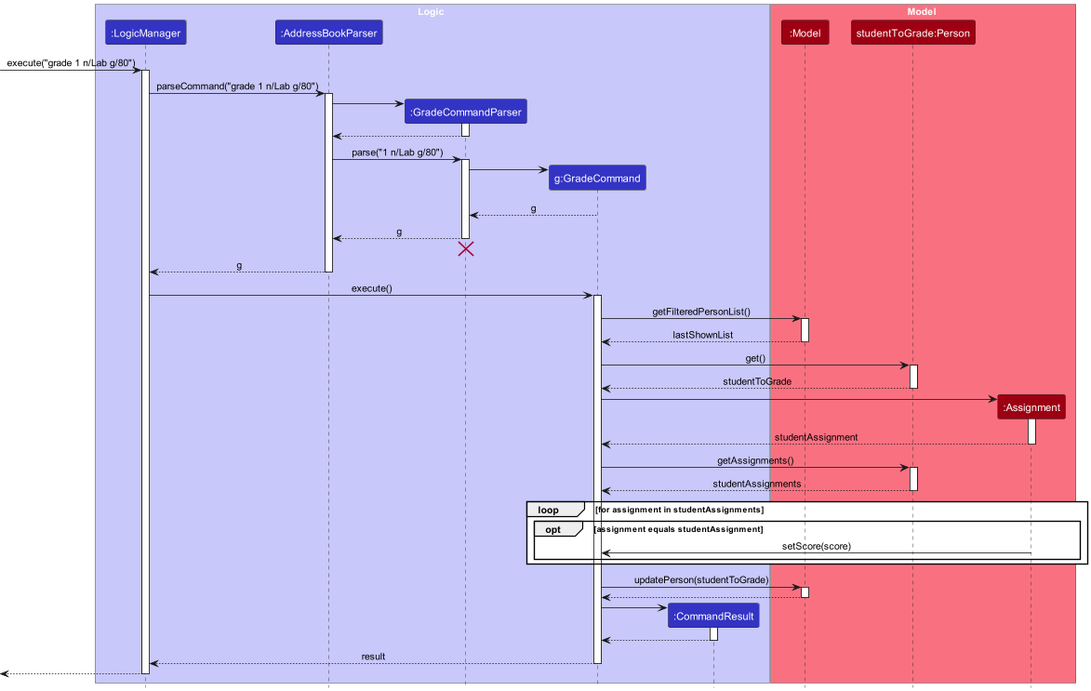
Above: docs/images/GradeSequenceDiagram.png in proto-aiken-13/tp (PlantUML), before the change.
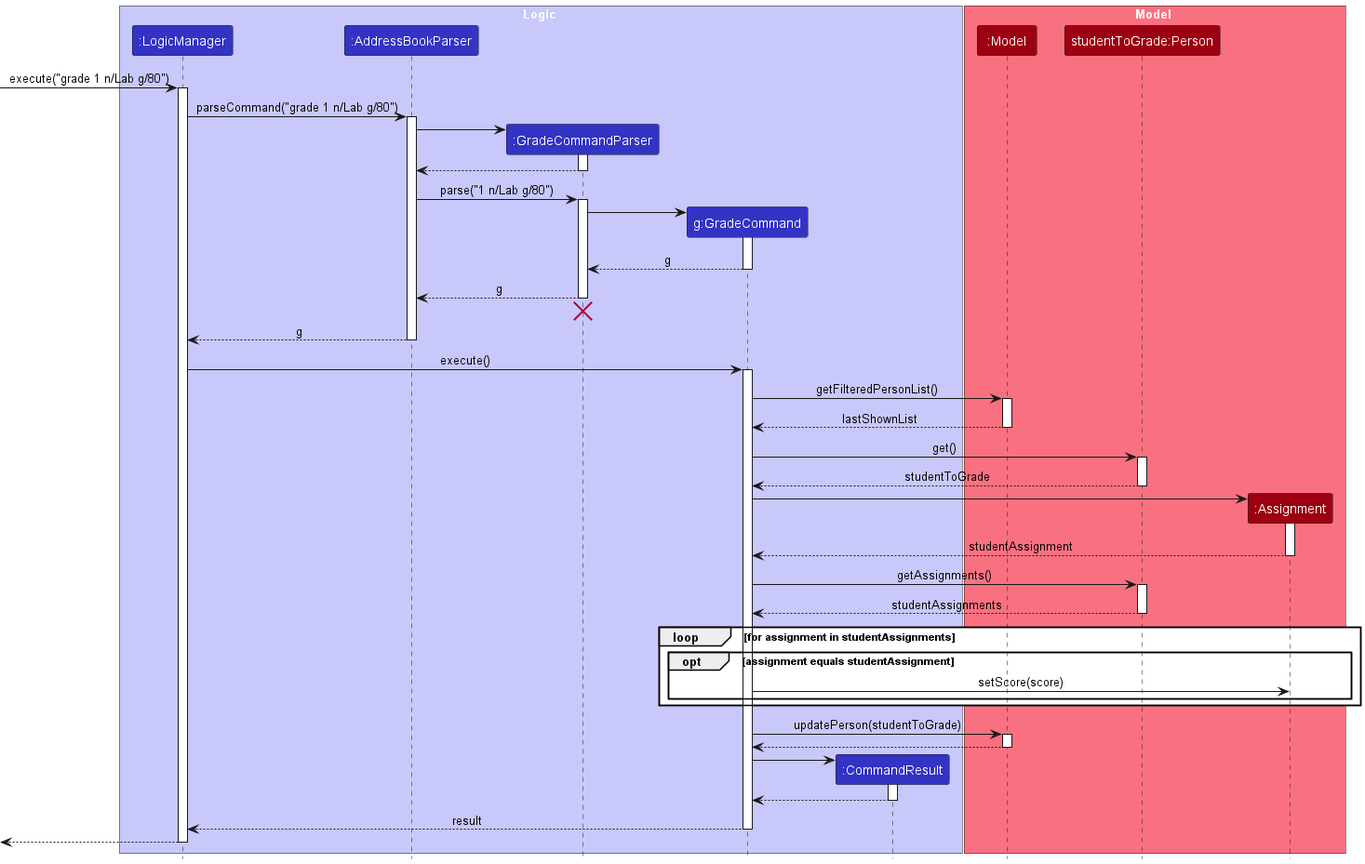
The same file after the commit.

Change to the diagram source:
```diff
@@ -33,7 +33,7 @@
 
 create GradeCommand
 GradeCommandParser -> GradeCommand
-
+activate GradeCommand
 
 GradeCommand --> GradeCommandParser : g
 deactivate GradeCommand
@@ -76,7 +76,7 @@
 
 group loop [for assignment in studentAssignments]
     opt assignment equals studentAssignment
-        Assignment -> GradeCommand : setScore(score)
+        Assignment <- GradeCommand : setScore(score)
     end
 end
 
```
